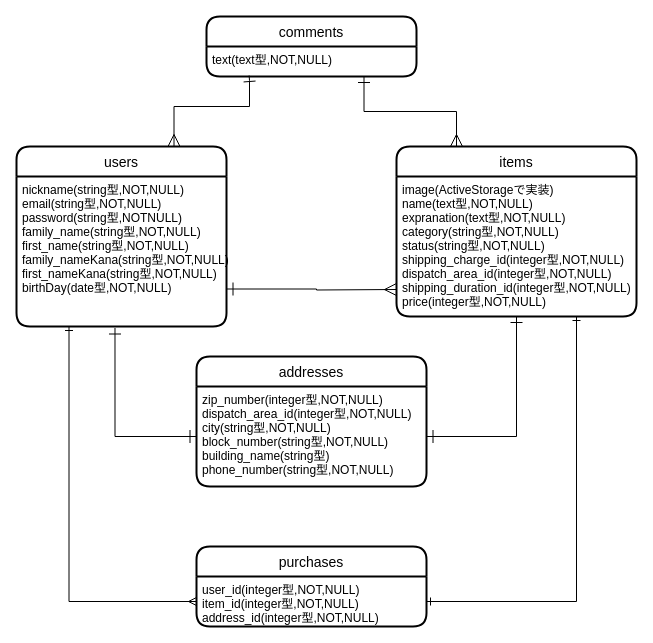
The draw.io diagram er.dio in Nock32/furima-31524, before the edit. Source tidied: cells renumbered, new cells numbered last; positions are measured from the earlier drawing's top-left corner, leaving out a move shared by most shapes. Both pictures are drawn from the tidied source at 100%, with x=0, y=0 at pixel (16, 16).
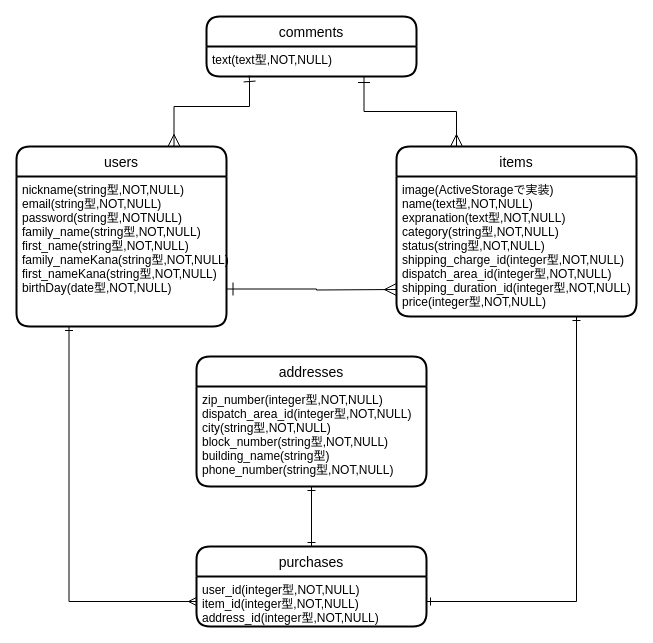
After the change.

Unchanged cells that the change refers to:
```xml
<mxCell id="4" value="nickname(string型,NOT,NULL)&#10;email(string型,NOT,NULL)&#10;password(string型,NOTNULL)&#10;family_name(string型,NOT,NULL)&#10;first_name(string型,NOT,NULL)&#10;family_nameKana(string型,NOT,NULL)&#10;first_nameKana(string型,NOT,NULL)&#10;birthDay(date型,NOT,NULL)&#10;" style="align=left;strokeColor=none;fillColor=none;spacingLeft=4;fontSize=12;verticalAlign=top;" parent="3" vertex="1">
  <mxGeometry y="30" width="210" height="150" as="geometry" />
</mxCell>
<mxCell id="6" value="image(ActiveStorageで実装)&#10;name(text型,NOT,NULL)&#10;expranation(text型,NOT,NULL)&#10;category(string型,NOT,NULL)&#10;status(string型,NOT,NULL)&#10;shipping_charge_id(integer型,NOT,NULL)&#10;dispatch_area_id(integer型,NOT,NULL)&#10;shipping_duration_id(integer型,NOT,NULL)&#10;price(integer型,NOT,NULL)&#10;" style="align=left;strokeColor=none;fillColor=none;spacingLeft=4;fontSize=12;verticalAlign=top;" parent="5" vertex="1">
  <mxGeometry y="30" width="240" height="140" as="geometry" />
</mxCell>
<mxCell id="8" value="zip_number(integer型,NOT,NULL)&#10;dispatch_area_id(integer型,NOT,NULL)&#10;city(string型,NOT,NULL)&#10;block_number(string型,NOT,NULL)&#10;building_name(string型)&#10;phone_number(string型,NOT,NULL)" style="align=left;strokeColor=none;fillColor=none;spacingLeft=4;fontSize=12;verticalAlign=top;" parent="7" vertex="1">
  <mxGeometry y="30" width="230" height="100" as="geometry" />
</mxCell>
<mxCell id="15" value="purchases" style="swimlane;horizontal=1;startSize=30;rounded=1;fontSize=14;fontStyle=0;strokeWidth=2;shadow=0;dashed=0;align=center;" parent="1" vertex="1">
  <mxGeometry x="180" y="530" width="230" height="80" as="geometry" />
</mxCell>
```

What changed in the source:
```diff
@@
-    <mxCell id="10" style="edgeStyle=orthogonalEdgeStyle;rounded=0;jettySize=auto;html=1;exitX=1;exitY=0.5;exitDx=0;exitDy=0;startArrow=ERone;startFill=0;startSize=11;endArrow=ERone;endFill=0;endSize=10;strokeWidth=1;" parent="1" edge="1" source="8" target="6">
-      <mxGeometry relative="1" as="geometry" />
-    </mxCell>
-    <mxCell id="11" style="edgeStyle=orthogonalEdgeStyle;rounded=0;jettySize=auto;html=1;exitX=0;exitY=0.5;exitDx=0;exitDy=0;entryX=0.469;entryY=1.01;entryDx=0;entryDy=0;entryPerimeter=0;startArrow=ERone;startFill=0;startSize=11;endArrow=ERone;endFill=0;endSize=10;strokeWidth=1;" parent="1" edge="1" source="8" target="4">
-      <mxGeometry relative="1" as="geometry" />
-    </mxCell>
@@
+    <mxCell id="19" style="edgeStyle=orthogonalEdgeStyle;rounded=0;jettySize=auto;html=1;exitX=0.5;exitY=0;exitDx=0;exitDy=0;entryX=0.5;entryY=1;entryDx=0;entryDy=0;startArrow=ERone;startFill=0;endArrow=ERone;endFill=0;" parent="1" edge="1" source="15" target="8">
+      <mxGeometry relative="1" as="geometry" />
+    </mxCell>
```
